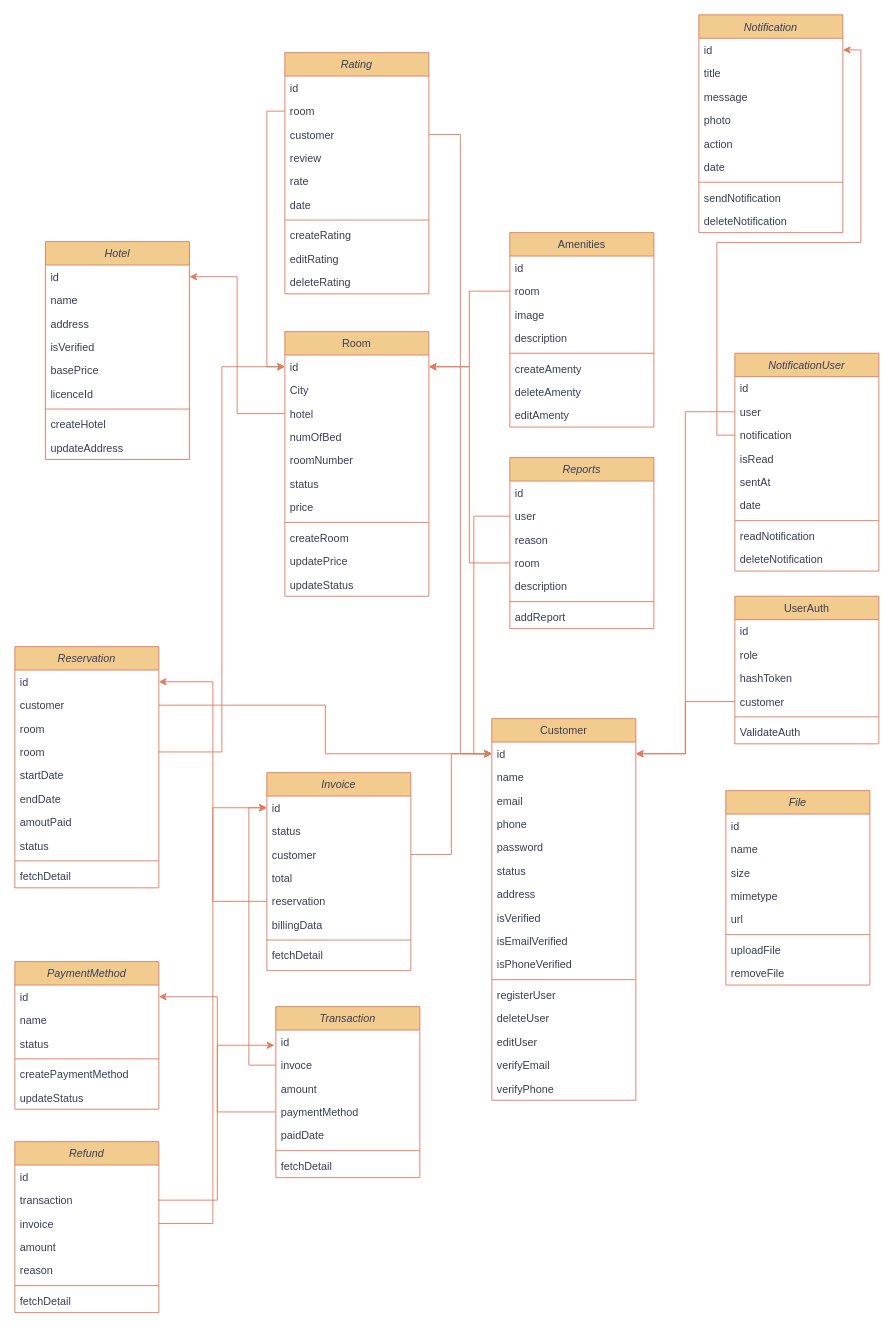
biniyammoges/alert-templates keeps this draw.io diagram as Untitled Diagram.drawio. Above is the earlier version. Source tidied: cells renumbered, new cells numbered last; positions are measured from the earlier drawing's top-left corner, leaving out a move shared by most shapes. Both pictures are drawn from the tidied source at 90%, with x=0, y=0 at pixel (14, 14).
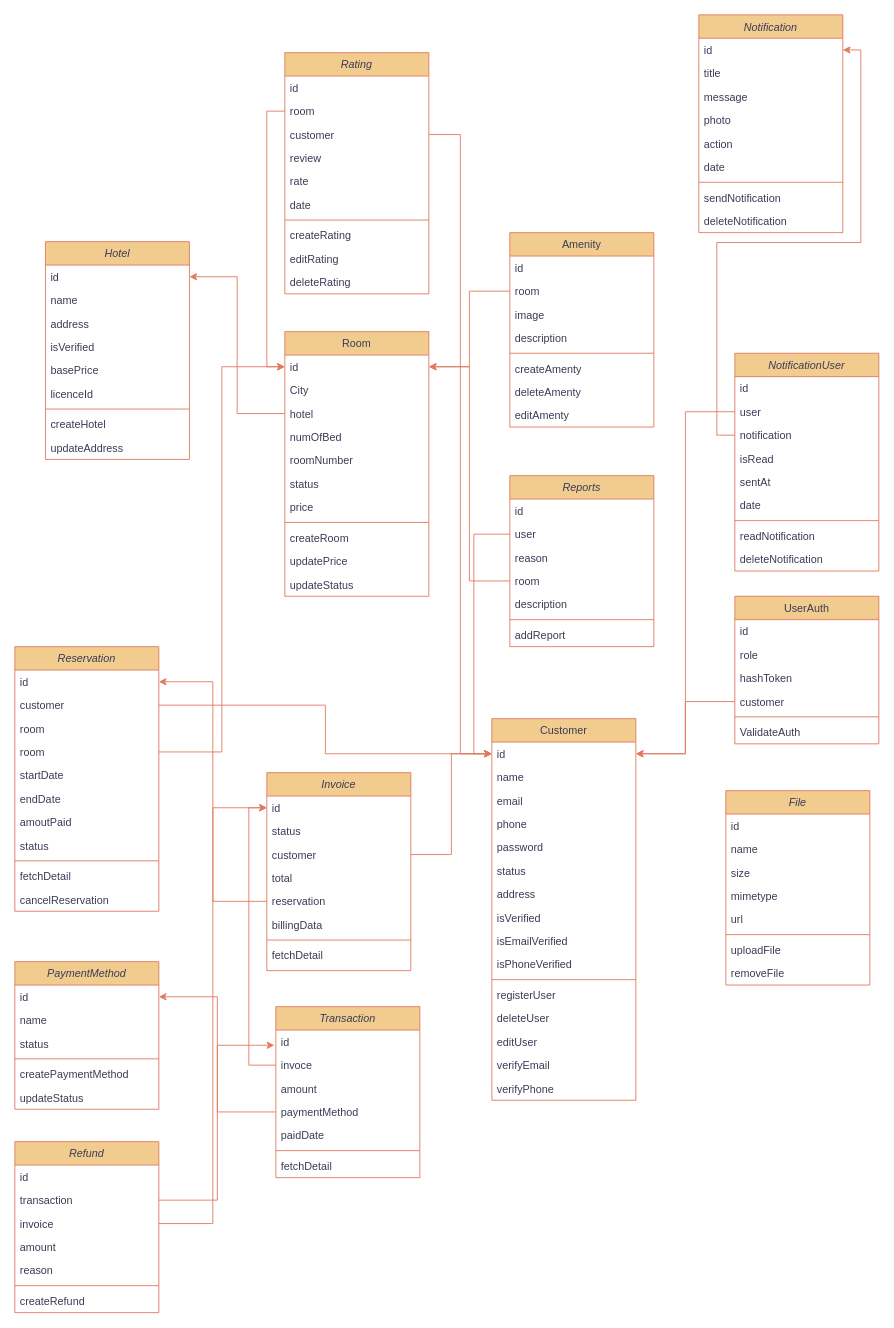
The same diagram, later.

The change refers to these unchanged cells:
```xml
<mxCell id="155" value="Refund" style="swimlane;fontStyle=2;align=center;verticalAlign=top;horizontal=1;startSize=26;rounded=0;shadow=0;strokeWidth=1;labelBackgroundColor=none;fillColor=#F2CC8F;strokeColor=#E07A5F;fontColor=#393C56;" parent="1" vertex="1">
  <mxGeometry y="1252" width="160" height="190" as="geometry" />
</mxCell>
```

What changed in the source:
```diff
@@
-    <mxCell id="24" value="Amenities" style="swimlane;fontStyle=0;align=center;verticalAlign=top;horizontal=1;startSize=26;rounded=0;shadow=0;strokeWidth=1;labelBackgroundColor=none;fillColor=#F2CC8F;strokeColor=#E07A5F;fontColor=#393C56;" parent="1" vertex="1">
+    <mxCell id="24" value="Amenity" style="swimlane;fontStyle=0;align=center;verticalAlign=top;horizontal=1;startSize=26;rounded=0;shadow=0;strokeWidth=1;labelBackgroundColor=none;fillColor=#F2CC8F;strokeColor=#E07A5F;fontColor=#393C56;" parent="1" vertex="1">
       <mxGeometry x="550" y="242" width="160" height="216" as="geometry" />
     </mxCell>
@@
     <mxCell id="35" value="Reservation" style="swimlane;fontStyle=2;align=center;verticalAlign=top;horizontal=1;startSize=26;rounded=0;shadow=0;strokeWidth=1;labelBackgroundColor=none;fillColor=#F2CC8F;strokeColor=#E07A5F;fontColor=#393C56;" parent="1" vertex="1">
-      <mxGeometry y="702" width="160" height="268" as="geometry" />
+      <mxGeometry y="702" width="160" height="294" as="geometry" />
     </mxCell>
@@
+    <mxCell id="165" value="cancelReservation" style="text;align=left;verticalAlign=top;spacingLeft=4;spacingRight=4;overflow=hidden;labelBackgroundColor=none;fontColor=#393C56;" parent="35" vertex="1">
+      <mxGeometry y="268" width="160" height="26" as="geometry" />
+    </mxCell>
@@
     <mxCell id="123" value="Reports" style="swimlane;fontStyle=2;align=center;verticalAlign=top;horizontal=1;startSize=26;rounded=0;shadow=0;strokeWidth=1;labelBackgroundColor=none;fillColor=#F2CC8F;strokeColor=#E07A5F;fontColor=#393C56;" parent="1" vertex="1">
-      <mxGeometry x="550" y="492" width="160" height="190" as="geometry" />
+      <mxGeometry x="550" y="512" width="160" height="190" as="geometry" />
     </mxCell>
@@
-    <mxCell id="162" value="fetchDetail" style="text;align=left;verticalAlign=top;spacingLeft=4;spacingRight=4;overflow=hidden;labelBackgroundColor=none;fontColor=#393C56;" parent="155" vertex="1">
+    <mxCell id="162" value="createRefund" style="text;align=left;verticalAlign=top;spacingLeft=4;spacingRight=4;overflow=hidden;labelBackgroundColor=none;fontColor=#393C56;" parent="155" vertex="1">
       <mxGeometry y="164" width="160" height="26" as="geometry" />
     </mxCell>
```
